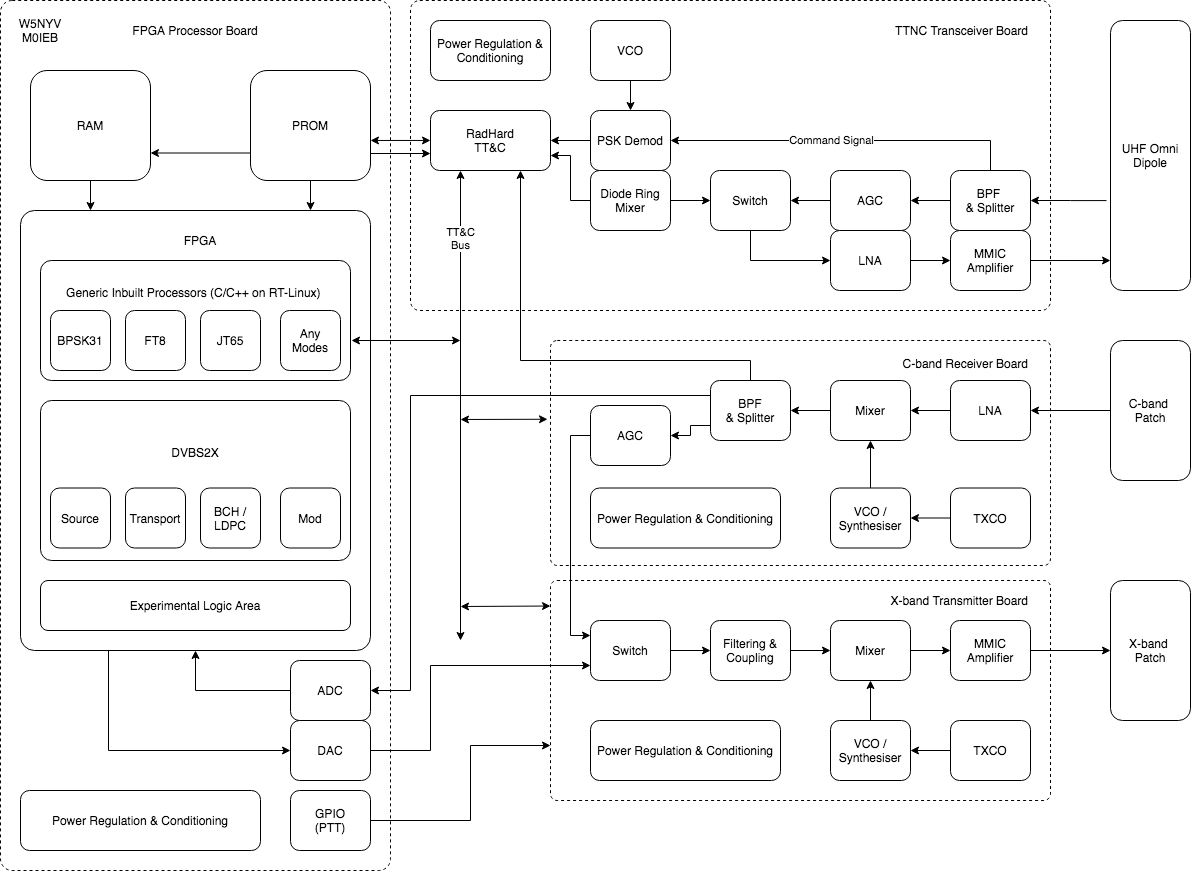
This is doc/reliability/diagrams/ARExV3.png from haifuraiya/payload-dmt, a draw.io export, as it was before one commit. Source tidied: cells renumbered, new cells last; positions are measured from the earlier drawing's top-left corner, leaving out a move shared by most shapes.
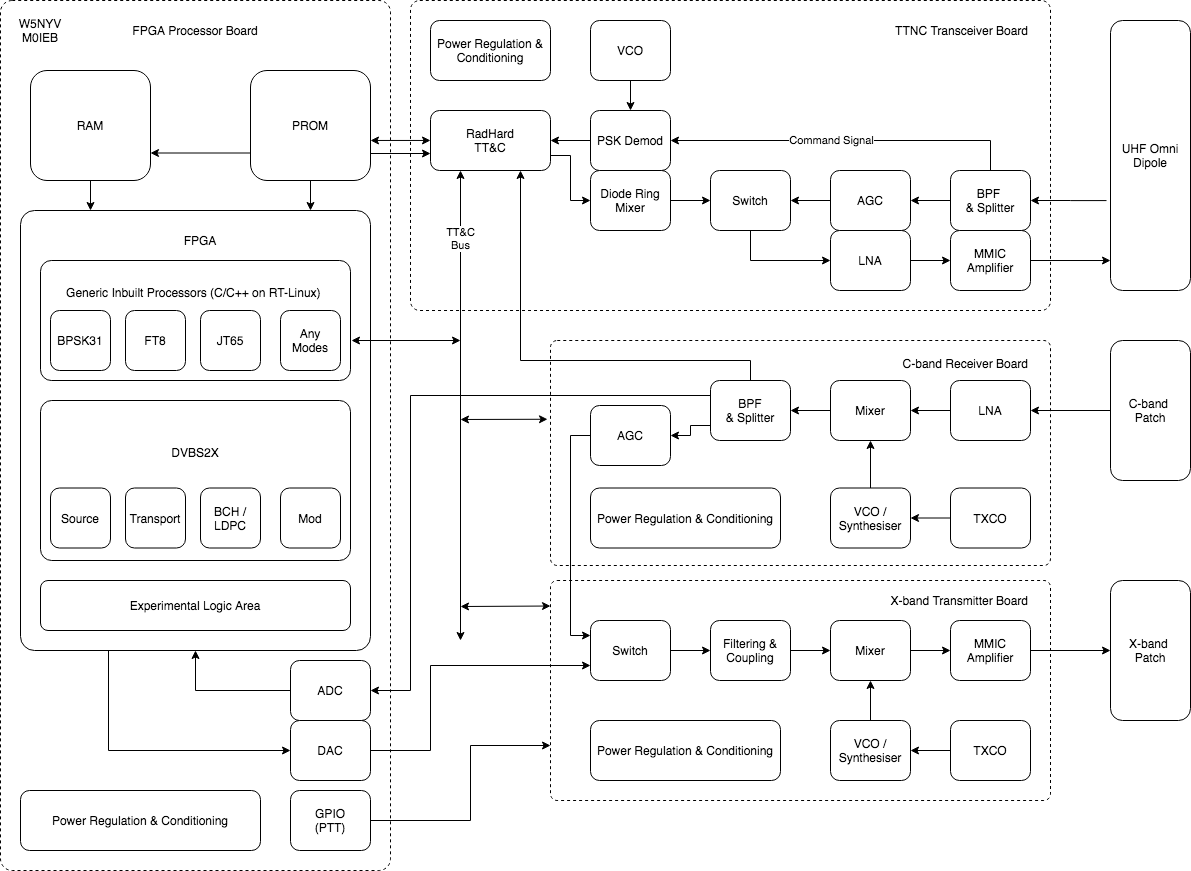
After the commit.

Commit message:
reversed direction of arrow

reversed direction of arrow between TT&C and diode mixer.

What changed in the source:
```diff
@@ -128,7 +128,7 @@
     <mxCell id="43" style="edgeStyle=orthogonalEdgeStyle;rounded=0;jettySize=auto;html=1;exitX=1;exitY=0.5;exitDx=0;exitDy=0;entryX=0;entryY=0.5;entryDx=0;entryDy=0;" parent="1" edge="1" source="45" target="37">
       <mxGeometry relative="1" as="geometry" />
     </mxCell>
-    <mxCell id="44" style="edgeStyle=orthogonalEdgeStyle;rounded=0;jettySize=auto;html=1;entryX=1;entryY=0.75;entryDx=0;entryDy=0;" parent="1" edge="1" source="45" target="35">
+    <mxCell id="44" style="edgeStyle=orthogonalEdgeStyle;rounded=0;jettySize=auto;html=1;exitX=1;exitY=0.75;exitDx=0;exitDy=0;entryX=0;entryY=0.5;entryDx=0;entryDy=0;" parent="1" edge="1" source="35" target="45">
       <mxGeometry relative="1" as="geometry" />
     </mxCell>
     <mxCell id="45" value="Diode Ring Mixer" style="rounded=1;whiteSpace=wrap;html=1;" parent="1" vertex="1">
```
